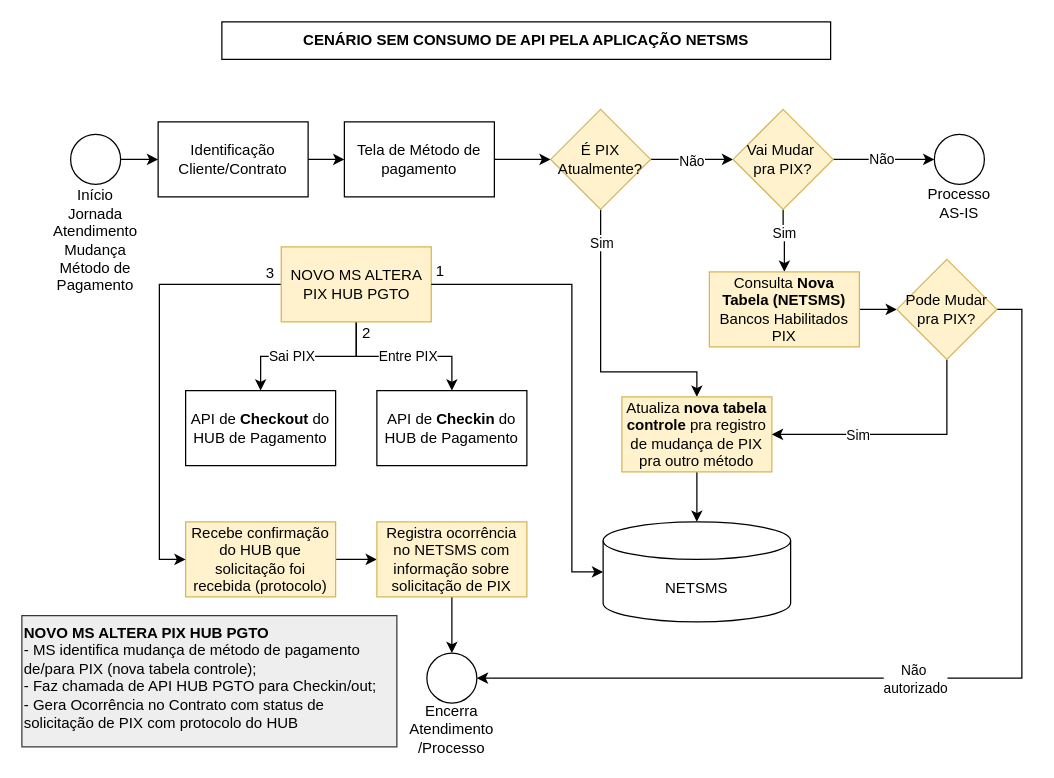
The draw.io diagram page "NETSMS - SEM ACESSO API" (3 of 3) of [PIX Automático] Implementação no Netsales.drawio in samirali/ClaroBrasil, before the edit. Source tidied: cells renumbered, new cells numbered last; positions are measured from the earlier drawing's top-left corner, leaving out a move shared by most shapes. Both pictures are drawn from the tidied source at 125%, with x=0, y=0 at pixel (21, 21).
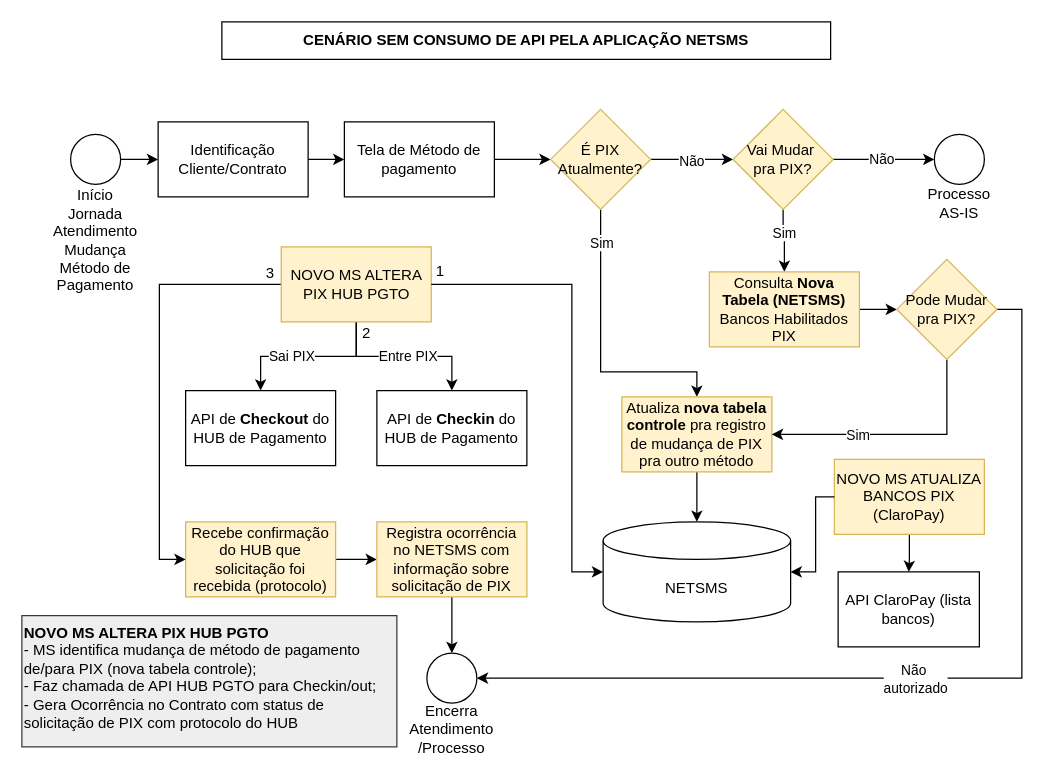
Above is the later version.

The change refers to these unchanged cells:
```xml
<mxCell id="40" value="NETSMS" style="shape=cylinder3;whiteSpace=wrap;html=1;boundedLbl=1;backgroundOutline=1;size=15;" parent="1" vertex="1">
  <mxGeometry x="465" y="400" width="150" height="80" as="geometry" />
</mxCell>
```

Diff of the diagram source:
```diff
@@
+    <mxCell id="52" style="edgeStyle=orthogonalEdgeStyle;rounded=0;jettySize=auto;html=1;entryX=0.5;entryY=0;entryDx=0;entryDy=0;" parent="1" edge="1" source="53" target="54">
+      <mxGeometry relative="1" as="geometry" />
+    </mxCell>
+    <mxCell id="53" value="NOVO MS ATUALIZA BANCOS PIX (ClaroPay)" style="whiteSpace=wrap;html=1;fillColor=#fff2cc;strokeColor=#d6b656;" parent="1" vertex="1">
+      <mxGeometry x="650" y="350" width="120" height="60" as="geometry" />
+    </mxCell>
+    <mxCell id="54" value="API ClaroPay (lista bancos)" style="whiteSpace=wrap;html=1;" parent="1" vertex="1">
+      <mxGeometry x="653" y="440" width="113" height="60" as="geometry" />
+    </mxCell>
+    <mxCell id="55" style="edgeStyle=orthogonalEdgeStyle;rounded=0;jettySize=auto;html=1;entryX=1;entryY=0.5;entryDx=0;entryDy=0;entryPerimeter=0;" parent="1" edge="1" source="53" target="40">
+      <mxGeometry relative="1" as="geometry">
+        <Array as="points">
+          <mxPoint x="635" y="380" />
+          <mxPoint x="635" y="440" />
+        </Array>
+      </mxGeometry>
+    </mxCell>
```
